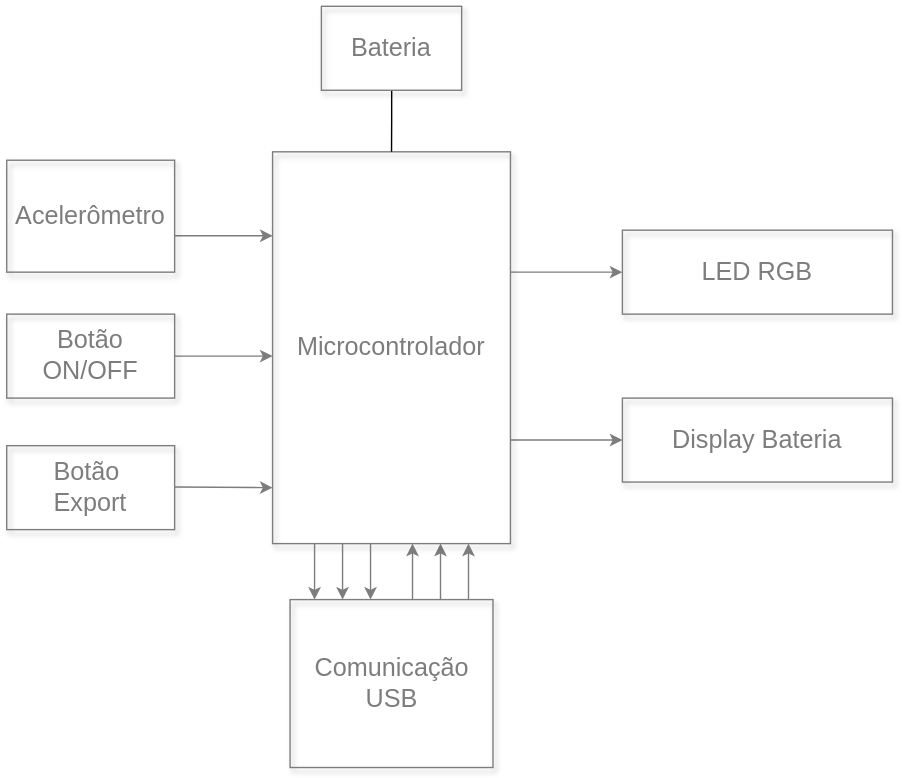
The draw.io diagram projetos/tennistracker/diagrama_estrutural.svg in teaching-FEEC/ea075-2024.1, before a commit. Source tidied: cells renumbered, new cells last; positions are measured from the earlier drawing's top-left corner, leaving out a move shared by most shapes.
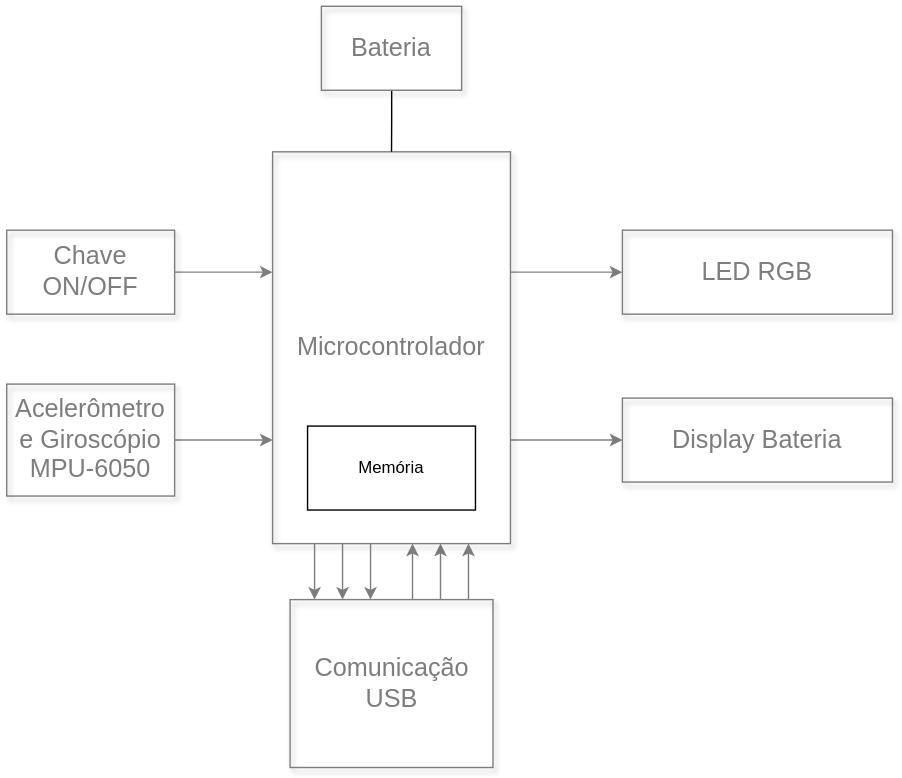
The same diagram one commit later.

Diff of the diagram source:
```diff
@@ -24,21 +24,17 @@
     <mxCell id="7" value="Display Bateria" style="whiteSpace=wrap;html=1;shadow=1;fontSize=18;fillColor=none;strokeColor=#7D7D7D;align=center;verticalAlign=middle;fontFamily=Helvetica;fontColor=#7D7D7D;" parent="1" vertex="1">
       <mxGeometry x="440" y="280" width="193" height="60" as="geometry" />
     </mxCell>
-    <mxCell id="8" style="edgeStyle=elbowEdgeStyle;rounded=0;html=1;startArrow=none;startFill=0;jettySize=auto;fontSize=18;elbow=vertical;strokeColor=#7d7d7d;" parent="1" edge="1" source="9" target="5">
-      <mxGeometry relative="1" as="geometry">
-        <Array as="points">
-          <mxPoint x="160" y="164" />
-        </Array>
-      </mxGeometry>
+    <mxCell id="8" style="edgeStyle=elbowEdgeStyle;rounded=0;html=1;startArrow=none;startFill=0;jettySize=auto;fontSize=18;elbow=vertical;strokeColor=#7d7d7d;exitX=1;exitY=0.5;exitDx=0;exitDy=0;" parent="1" edge="1" source="9" target="5">
+      <mxGeometry relative="1" as="geometry" />
     </mxCell>
-    <mxCell id="9" value="Acelerômetro" style="whiteSpace=wrap;html=1;shadow=1;fontSize=18;fillColor=none;strokeColor=#7D7D7D;align=center;verticalAlign=middle;fontFamily=Helvetica;fontColor=#7D7D7D;" parent="1" vertex="1">
-      <mxGeometry y="110" width="120" height="80" as="geometry" />
+    <mxCell id="9" value="Acelerômetro&lt;div&gt;e Giroscópio&lt;/div&gt;&lt;div&gt;MPU-6050&lt;br&gt;&lt;/div&gt;" style="whiteSpace=wrap;html=1;shadow=1;fontSize=18;fillColor=none;strokeColor=#7D7D7D;align=center;verticalAlign=middle;fontFamily=Helvetica;fontColor=#7D7D7D;" parent="1" vertex="1">
+      <mxGeometry y="270" width="120" height="80" as="geometry" />
     </mxCell>
     <mxCell id="10" style="edgeStyle=elbowEdgeStyle;rounded=0;html=1;startArrow=none;startFill=0;jettySize=auto;fontSize=18;elbow=vertical;strokeColor=#7d7d7d;" parent="1" edge="1" source="11" target="5">
       <mxGeometry relative="1" as="geometry" />
     </mxCell>
-    <mxCell id="11" value="Botão ON/OFF" style="whiteSpace=wrap;html=1;shadow=1;fontSize=18;fillColor=none;strokeColor=#7D7D7D;align=center;verticalAlign=middle;fontFamily=Helvetica;fontColor=#7D7D7D;" parent="1" vertex="1">
-      <mxGeometry y="220" width="120" height="60" as="geometry" />
+    <mxCell id="11" value="Chave ON/OFF" style="whiteSpace=wrap;html=1;shadow=1;fontSize=18;fillColor=none;strokeColor=#7D7D7D;align=center;verticalAlign=middle;fontFamily=Helvetica;fontColor=#7D7D7D;" parent="1" vertex="1">
+      <mxGeometry y="160" width="120" height="60" as="geometry" />
     </mxCell>
     <mxCell id="12" value="Comunicação&lt;div&gt;USB&lt;/div&gt;" style="whiteSpace=wrap;html=1;shadow=1;fontSize=18;fillColor=none;strokeColor=#7D7D7D;align=center;verticalAlign=middle;fontFamily=Helvetica;fontColor=#7D7D7D;" parent="1" vertex="1">
       <mxGeometry x="202.5" y="424" width="145" height="120" as="geometry" />
@@ -91,20 +87,14 @@
         </Array>
       </mxGeometry>
     </mxCell>
-    <mxCell id="18" value="Botão&amp;nbsp;&lt;div&gt;Export&lt;/div&gt;" style="whiteSpace=wrap;html=1;shadow=1;fontSize=18;fillColor=none;strokeColor=#7D7D7D;align=center;verticalAlign=middle;fontFamily=Helvetica;fontColor=#7D7D7D;" parent="1" vertex="1">
-      <mxGeometry y="314" width="120" height="60" as="geometry" />
-    </mxCell>
-    <mxCell id="19" style="edgeStyle=elbowEdgeStyle;rounded=0;html=1;startArrow=none;startFill=0;jettySize=auto;orthogonalLoop=1;fontSize=18;elbow=vertical;strokeColor=#7d7d7d;" parent="1" edge="1">
-      <mxGeometry relative="1" as="geometry">
-        <mxPoint x="120" y="343.5" as="sourcePoint" />
-        <mxPoint x="190" y="343.5" as="targetPoint" />
-      </mxGeometry>
-    </mxCell>
     <mxCell id="20" style="edgeStyle=orthogonalEdgeStyle;rounded=0;jettySize=auto;html=1;entryX=0.5;entryY=0;entryDx=0;entryDy=0;endArrow=none;endFill=0;" parent="1" edge="1" source="21" target="5">
       <mxGeometry relative="1" as="geometry" />
     </mxCell>
     <mxCell id="21" value="Bateria" style="whiteSpace=wrap;html=1;shadow=1;fontSize=18;fillColor=none;strokeColor=#7D7D7D;align=center;verticalAlign=middle;fontFamily=Helvetica;fontColor=#7D7D7D;" parent="1" vertex="1">
       <mxGeometry x="224.9" width="100.2" height="60" as="geometry" />
     </mxCell>
+    <mxCell id="22" value="Memória" style="rounded=0;whiteSpace=wrap;html=1;" parent="1" vertex="1">
+      <mxGeometry x="215" y="300" width="120" height="60" as="geometry" />
+    </mxCell>
   </root>
 </mxGraphModel>
```
